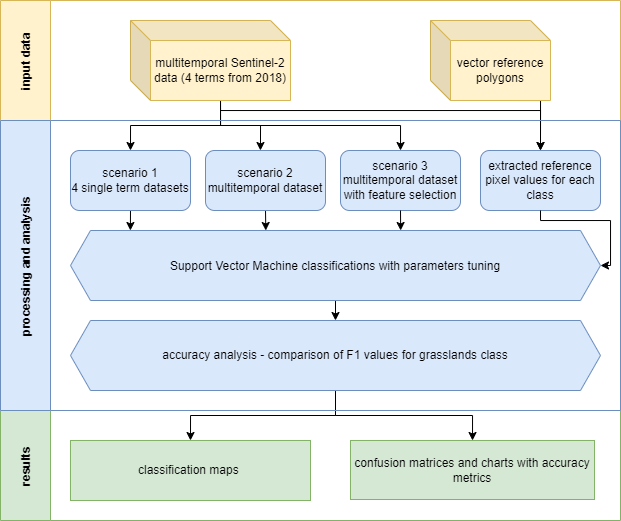
This is course/module2/06_cs_tundra_grasslands/media/cs1_flowchart.png from 3dgeo-heidelberg/etrainee, a draw.io export, as it was before one commit. Source tidied: cells renumbered, new cells last; positions are measured from the earlier drawing's top-left corner, leaving out a move shared by most shapes.
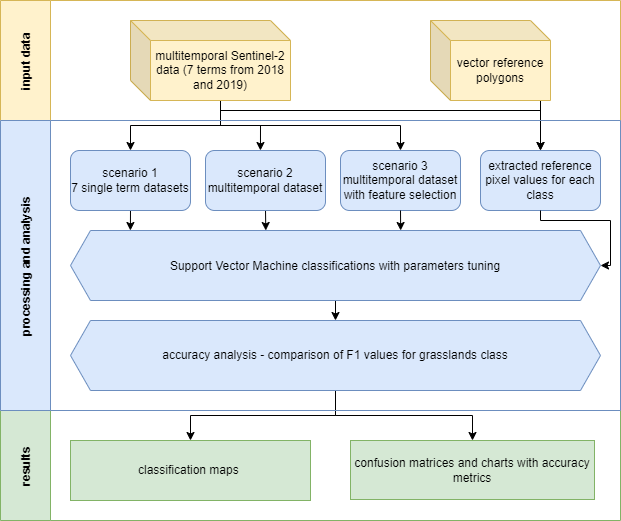
The same diagram one commit later.

Diff of the diagram source:
```diff
@@ -39,7 +39,7 @@
     <mxCell id="10" style="edgeStyle=orthogonalEdgeStyle;rounded=0;jettySize=auto;html=1;exitX=0.5;exitY=1;exitDx=0;exitDy=0;entryX=0.113;entryY=0;entryDx=0;entryDy=0;entryPerimeter=0;" parent="1" edge="1" source="11" target="15">
       <mxGeometry relative="1" as="geometry" />
     </mxCell>
-    <mxCell id="11" value="scenario 1&lt;br&gt;4 single term datasets" style="rounded=1;whiteSpace=wrap;html=1;fillColor=#dae8fc;strokeColor=#6c8ebf;" parent="1" vertex="1">
+    <mxCell id="11" value="scenario 1&lt;br&gt;7 single term datasets" style="rounded=1;whiteSpace=wrap;html=1;fillColor=#dae8fc;strokeColor=#6c8ebf;" parent="1" vertex="1">
       <mxGeometry x="70" y="150" width="120" height="60" as="geometry" />
     </mxCell>
     <mxCell id="12" style="edgeStyle=orthogonalEdgeStyle;rounded=0;jettySize=auto;html=1;exitX=0.5;exitY=1;exitDx=0;exitDy=0;" parent="1" edge="1" source="13">
@@ -70,7 +70,7 @@
     <mxCell id="19" value="input data" style="swimlane;horizontal=0;startSize=50;fillColor=#fff2cc;strokeColor=#d6b656;" parent="1" vertex="1">
       <mxGeometry width="620" height="120" as="geometry" />
     </mxCell>
-    <mxCell id="20" value="multitemporal Sentinel-2 data&lt;span style=&quot;white-space: pre&quot;&gt;&#9;&lt;/span&gt;&lt;span style=&quot;background-color: initial;&quot;&gt;(4 terms from 2018)&lt;/span&gt;" style="shape=cube;whiteSpace=wrap;html=1;boundedLbl=1;backgroundOutline=1;darkOpacity=0.05;darkOpacity2=0.1;fillColor=#fff2cc;strokeColor=#d6b656;" parent="19" vertex="1">
+    <mxCell id="20" value="multitemporal Sentinel-2 data&lt;span style=&quot;white-space: pre&quot;&gt;&#9;&lt;/span&gt;&lt;span style=&quot;background-color: initial;&quot;&gt;(7 terms from 2018 and 2019)&lt;/span&gt;" style="shape=cube;whiteSpace=wrap;html=1;boundedLbl=1;backgroundOutline=1;darkOpacity=0.05;darkOpacity2=0.1;fillColor=#fff2cc;strokeColor=#d6b656;" parent="19" vertex="1">
       <mxGeometry x="130" y="20" width="160" height="80" as="geometry" />
     </mxCell>
     <mxCell id="21" value="vector reference polygons" style="shape=cube;whiteSpace=wrap;html=1;boundedLbl=1;backgroundOutline=1;darkOpacity=0.05;darkOpacity2=0.1;fillColor=#fff2cc;strokeColor=#d6b656;" parent="19" vertex="1">
```
